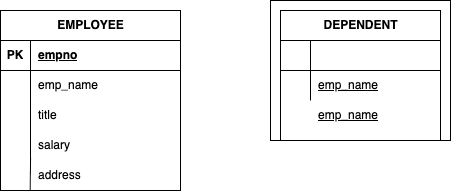
This is database_0.drawio.png from jimni0/2025_database_ERD, a draw.io export, as it was before one commit. Source tidied: cells renumbered, new cells last; positions are measured from the earlier drawing's top-left corner, leaving out a move shared by most shapes.
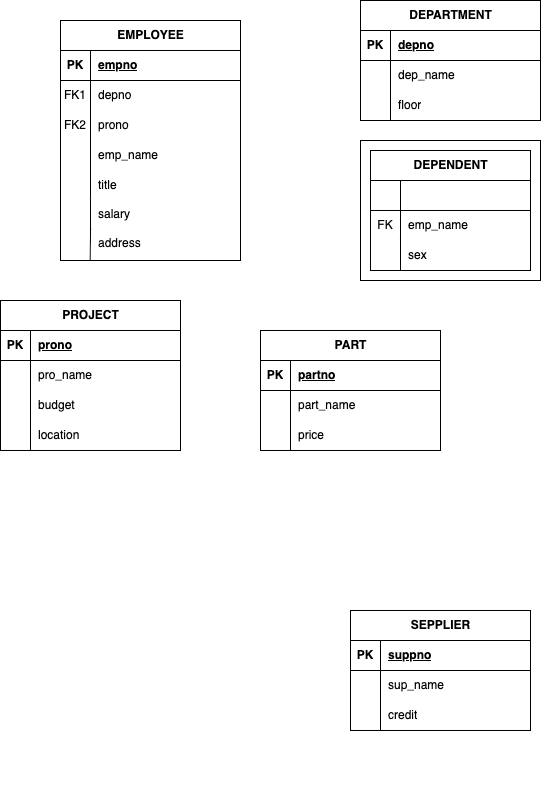
After the change.

What changed in the source:
```diff
@@ -2,11 +2,8 @@
   <root>
     <mxCell id="0" />
     <mxCell id="1" parent="0" />
-    <mxCell id="2" style="whiteSpace=wrap;html=1;align=center;" parent="1" vertex="1">
-      <mxGeometry x="270" width="180" height="140" as="geometry" />
-    </mxCell>
     <mxCell id="3" value="EMPLOYEE" style="shape=table;startSize=30;rowLines=0;fontStyle=1;align=center;html=1;" parent="1" vertex="1">
-      <mxGeometry y="10" width="180" height="180" as="geometry" />
+      <mxGeometry y="10" width="180" height="240" as="geometry" />
     </mxCell>
     <mxCell id="4" style="shape=tableRow;horizontal=0;startSize=0;swimlaneHead=0;swimlaneBody=0;fillColor=none;top=0;left=0;right=0;bottom=1;" parent="3" vertex="1">
       <mxGeometry y="30" width="180" height="30" as="geometry" />
@@ -20,19 +17,19 @@
     <mxCell id="7" style="shape=tableRow;horizontal=0;startSize=0;swimlaneHead=0;swimlaneBody=0;fillColor=none;top=0;left=0;right=0;bottom=0;" parent="3" vertex="1">
       <mxGeometry y="60" width="180" height="30" as="geometry" />
     </mxCell>
-    <mxCell id="8" style="shape=partialRectangle;fillColor=none;top=0;left=0;bottom=0;right=0;overflow=hidden;whiteSpace=wrap;html=1;" parent="7" vertex="1">
+    <mxCell id="8" value="FK1" style="shape=partialRectangle;fillColor=none;top=0;left=0;bottom=0;right=0;overflow=hidden;whiteSpace=wrap;html=1;" parent="7" vertex="1">
       <mxGeometry width="30" height="30" as="geometry" />
     </mxCell>
-    <mxCell id="9" value="emp_name" style="shape=partialRectangle;fillColor=none;top=0;left=0;bottom=0;right=0;align=left;spacingLeft=6;overflow=hidden;whiteSpace=wrap;html=1;" parent="7" vertex="1">
+    <mxCell id="9" value="depno" style="shape=partialRectangle;fillColor=none;top=0;left=0;bottom=0;right=0;align=left;spacingLeft=6;overflow=hidden;whiteSpace=wrap;html=1;" parent="7" vertex="1">
       <mxGeometry x="30" width="150" height="30" as="geometry" />
     </mxCell>
     <mxCell id="10" style="shape=tableRow;horizontal=0;startSize=0;swimlaneHead=0;swimlaneBody=0;fillColor=none;top=0;left=0;right=0;bottom=0;" parent="3" vertex="1">
       <mxGeometry y="90" width="180" height="30" as="geometry" />
     </mxCell>
-    <mxCell id="11" style="shape=partialRectangle;fillColor=none;top=0;left=0;bottom=0;right=0;overflow=hidden;whiteSpace=wrap;html=1;" parent="10" vertex="1">
+    <mxCell id="11" value="FK2" style="shape=partialRectangle;fillColor=none;top=0;left=0;bottom=0;right=0;overflow=hidden;whiteSpace=wrap;html=1;" parent="10" vertex="1">
       <mxGeometry width="30" height="30" as="geometry" />
     </mxCell>
-    <mxCell id="12" value="title" style="shape=partialRectangle;fillColor=none;top=0;left=0;bottom=0;right=0;align=left;spacingLeft=6;overflow=hidden;whiteSpace=wrap;html=1;" parent="10" vertex="1">
+    <mxCell id="12" value="prono" style="shape=partialRectangle;fillColor=none;top=0;left=0;bottom=0;right=0;align=left;spacingLeft=6;overflow=hidden;whiteSpace=wrap;html=1;" parent="10" vertex="1">
       <mxGeometry x="30" width="150" height="30" as="geometry" />
     </mxCell>
     <mxCell id="13" style="shape=tableRow;horizontal=0;startSize=0;swimlaneHead=0;swimlaneBody=0;fillColor=none;top=0;left=0;right=0;bottom=0;" parent="3" vertex="1">
@@ -41,23 +38,26 @@
     <mxCell id="14" style="shape=partialRectangle;fillColor=none;top=0;left=0;bottom=0;right=0;overflow=hidden;whiteSpace=wrap;html=1;" parent="13" vertex="1">
       <mxGeometry width="30" height="30" as="geometry" />
     </mxCell>
-    <mxCell id="15" value="salary" style="shape=partialRectangle;fillColor=none;top=0;left=0;bottom=0;right=0;align=left;spacingLeft=6;overflow=hidden;whiteSpace=wrap;html=1;" parent="13" vertex="1">
+    <mxCell id="15" value="emp_name" style="shape=partialRectangle;fillColor=none;top=0;left=0;bottom=0;right=0;align=left;spacingLeft=6;overflow=hidden;whiteSpace=wrap;html=1;" parent="13" vertex="1">
       <mxGeometry x="30" width="150" height="30" as="geometry" />
     </mxCell>
     <mxCell id="16" style="shape=tableRow;horizontal=0;startSize=0;swimlaneHead=0;swimlaneBody=0;fillColor=none;points=[[0,0.5],[1,0.5]];portConstraint=eastwest;top=0;left=0;right=0;bottom=0;" parent="1" vertex="1">
-      <mxGeometry y="160" width="180" height="30" as="geometry" />
+      <mxGeometry y="220" width="180" height="30" as="geometry" />
     </mxCell>
     <mxCell id="17" style="shape=partialRectangle;fillColor=none;top=0;left=0;bottom=0;right=0;overflow=hidden;whiteSpace=wrap;html=1;" parent="16" vertex="1">
       <mxGeometry width="30" height="30" as="geometry" />
     </mxCell>
-    <mxCell id="18" value="address" style="shape=partialRectangle;fillColor=none;top=0;left=0;bottom=0;right=0;align=left;spacingLeft=6;overflow=hidden;whiteSpace=wrap;html=1;" parent="16" vertex="1">
-      <mxGeometry x="30" width="150" height="30" as="geometry" />
-    </mxCell>
     <mxCell id="19" style="endArrow=none;html=1;rounded=0;entryX=0.165;entryY=0.991;entryDx=0;entryDy=0;entryPerimeter=0;exitX=0.167;exitY=-0.067;exitDx=0;exitDy=0;exitPerimeter=0;" parent="1" edge="1" source="16" target="16">
       <mxGeometry relative="1" as="geometry" />
     </mxCell>
+    <mxCell id="30" style="group;" parent="1" vertex="1">
+      <mxGeometry x="300" y="130" width="180" height="140" as="geometry" />
+    </mxCell>
+    <mxCell id="2" style="whiteSpace=wrap;html=1;align=center;" parent="30" vertex="1">
+      <mxGeometry width="180" height="140" as="geometry" />
+    </mxCell>
-    <mxCell id="20" value="DEPENDENT" style="shape=table;startSize=30;rowLines=0;fontStyle=1;align=center;html=1;" parent="1" vertex="1">
-      <mxGeometry x="280" y="10" width="160" height="130" as="geometry" />
+    <mxCell id="20" value="DEPENDENT" style="shape=table;startSize=30;rowLines=0;fontStyle=1;align=center;html=1;" parent="30" vertex="1">
+      <mxGeometry x="10" y="10" width="160" height="120" as="geometry" />
     </mxCell>
     <mxCell id="21" style="shape=tableRow;horizontal=0;startSize=0;swimlaneHead=0;swimlaneBody=0;fillColor=none;top=0;left=0;right=0;bottom=1;" parent="20" vertex="1">
       <mxGeometry y="30" width="160" height="30" as="geometry" />
@@ -71,20 +71,197 @@
     <mxCell id="24" style="shape=tableRow;horizontal=0;startSize=0;swimlaneHead=0;swimlaneBody=0;fillColor=none;top=0;left=0;right=0;bottom=0;" parent="20" vertex="1">
       <mxGeometry y="60" width="160" height="30" as="geometry" />
     </mxCell>
-    <mxCell id="25" style="shape=partialRectangle;fillColor=none;top=0;left=0;bottom=0;right=0;overflow=hidden;whiteSpace=wrap;html=1;" parent="24" vertex="1">
+    <mxCell id="25" value="FK" style="shape=partialRectangle;fillColor=none;top=0;left=0;bottom=0;right=0;overflow=hidden;whiteSpace=wrap;html=1;" parent="24" vertex="1">
       <mxGeometry width="30" height="30" as="geometry" />
     </mxCell>
-    <mxCell id="26" value="&lt;span style=&quot;text-decoration-line: underline;&quot;&gt;emp_name&lt;/span&gt;" style="shape=partialRectangle;fillColor=none;top=0;left=0;bottom=0;right=0;align=left;spacingLeft=6;overflow=hidden;whiteSpace=wrap;html=1;" parent="24" vertex="1">
+    <mxCell id="26" value="emp_name" style="shape=partialRectangle;fillColor=none;top=0;left=0;bottom=0;right=0;align=left;spacingLeft=6;overflow=hidden;whiteSpace=wrap;html=1;" parent="24" vertex="1">
       <mxGeometry x="30" width="130" height="30" as="geometry" />
     </mxCell>
-    <mxCell id="27" style="shape=tableRow;horizontal=0;startSize=0;swimlaneHead=0;swimlaneBody=0;fillColor=none;top=0;left=0;right=0;bottom=0;" parent="1" vertex="1">
-      <mxGeometry x="280" y="100" width="160" height="30" as="geometry" />
+    <mxCell id="27" style="shape=tableRow;horizontal=0;startSize=0;swimlaneHead=0;swimlaneBody=0;fillColor=none;top=0;left=0;right=0;bottom=0;" parent="30" vertex="1">
+      <mxGeometry x="10" y="100" width="160" height="30" as="geometry" />
     </mxCell>
     <mxCell id="28" style="shape=partialRectangle;fillColor=none;top=0;left=0;bottom=0;right=0;overflow=hidden;whiteSpace=wrap;html=1;" parent="27" vertex="1">
       <mxGeometry width="30" height="30" as="geometry" />
     </mxCell>
-    <mxCell id="29" value="&lt;span style=&quot;text-decoration-line: underline;&quot;&gt;emp_name&lt;/span&gt;" style="shape=partialRectangle;fillColor=none;top=0;left=0;bottom=0;right=0;align=left;spacingLeft=6;overflow=hidden;whiteSpace=wrap;html=1;" parent="27" vertex="1">
+    <mxCell id="29" value="sex" style="shape=partialRectangle;fillColor=none;top=0;left=0;bottom=0;right=0;align=left;spacingLeft=6;overflow=hidden;whiteSpace=wrap;html=1;" parent="27" vertex="1">
       <mxGeometry x="30" width="130" height="30" as="geometry" />
     </mxCell>
+    <mxCell id="31" style="endArrow=none;html=1;rounded=0;entryX=0.165;entryY=0.991;entryDx=0;entryDy=0;entryPerimeter=0;exitX=0.167;exitY=-0.067;exitDx=0;exitDy=0;exitPerimeter=0;" parent="30" edge="1">
+      <mxGeometry relative="1" as="geometry">
+        <mxPoint x="40" y="98" as="sourcePoint" />
+        <mxPoint x="40" y="130" as="targetPoint" />
+      </mxGeometry>
+    </mxCell>
+    <mxCell id="32" style="group;" parent="1" vertex="1">
+      <mxGeometry x="290" y="600" width="180" height="180" as="geometry" />
+    </mxCell>
+    <mxCell id="33" value="SEPPLIER" style="shape=table;startSize=30;rowLines=0;fontStyle=1;align=center;html=1;" parent="32" vertex="1">
+      <mxGeometry width="180" height="120" as="geometry" />
+    </mxCell>
+    <mxCell id="34" style="shape=tableRow;horizontal=0;startSize=0;swimlaneHead=0;swimlaneBody=0;fillColor=none;top=0;left=0;right=0;bottom=1;" parent="33" vertex="1">
+      <mxGeometry y="30" width="180" height="30" as="geometry" />
+    </mxCell>
+    <mxCell id="35" value="PK" style="shape=partialRectangle;fillColor=none;top=0;left=0;bottom=0;right=0;fontStyle=1;overflow=hidden;whiteSpace=wrap;html=1;" parent="34" vertex="1">
+      <mxGeometry width="30" height="30" as="geometry" />
+    </mxCell>
+    <mxCell id="36" value="suppno" style="shape=partialRectangle;fillColor=none;top=0;left=0;bottom=0;right=0;align=left;spacingLeft=6;fontStyle=5;overflow=hidden;whiteSpace=wrap;html=1;" parent="34" vertex="1">
+      <mxGeometry x="30" width="150" height="30" as="geometry" />
+    </mxCell>
+    <mxCell id="37" style="shape=tableRow;horizontal=0;startSize=0;swimlaneHead=0;swimlaneBody=0;fillColor=none;top=0;left=0;right=0;bottom=0;" parent="33" vertex="1">
+      <mxGeometry y="60" width="180" height="30" as="geometry" />
+    </mxCell>
+    <mxCell id="38" style="shape=partialRectangle;fillColor=none;top=0;left=0;bottom=0;right=0;overflow=hidden;whiteSpace=wrap;html=1;" parent="37" vertex="1">
+      <mxGeometry width="30" height="30" as="geometry" />
+    </mxCell>
+    <mxCell id="39" value="sup_name" style="shape=partialRectangle;fillColor=none;top=0;left=0;bottom=0;right=0;align=left;spacingLeft=6;overflow=hidden;whiteSpace=wrap;html=1;" parent="37" vertex="1">
+      <mxGeometry x="30" width="150" height="30" as="geometry" />
+    </mxCell>
+    <mxCell id="40" style="shape=tableRow;horizontal=0;startSize=0;swimlaneHead=0;swimlaneBody=0;fillColor=none;top=0;left=0;right=0;bottom=0;" parent="33" vertex="1">
+      <mxGeometry y="90" width="180" height="30" as="geometry" />
+    </mxCell>
+    <mxCell id="41" style="shape=partialRectangle;fillColor=none;top=0;left=0;bottom=0;right=0;overflow=hidden;whiteSpace=wrap;html=1;" parent="40" vertex="1">
+      <mxGeometry width="30" height="30" as="geometry" />
+    </mxCell>
+    <mxCell id="42" value="credit" style="shape=partialRectangle;fillColor=none;top=0;left=0;bottom=0;right=0;align=left;spacingLeft=6;overflow=hidden;whiteSpace=wrap;html=1;" parent="40" vertex="1">
+      <mxGeometry x="30" width="150" height="30" as="geometry" />
+    </mxCell>
+    <mxCell id="43" value="DEPARTMENT" style="shape=table;startSize=30;rowLines=0;fontStyle=1;align=center;html=1;" parent="1" vertex="1">
+      <mxGeometry x="300" y="-10" width="180" height="120" as="geometry" />
+    </mxCell>
+    <mxCell id="44" style="shape=tableRow;horizontal=0;startSize=0;swimlaneHead=0;swimlaneBody=0;fillColor=none;top=0;left=0;right=0;bottom=1;" parent="43" vertex="1">
+      <mxGeometry y="30" width="180" height="30" as="geometry" />
+    </mxCell>
+    <mxCell id="45" value="PK" style="shape=partialRectangle;fillColor=none;top=0;left=0;bottom=0;right=0;fontStyle=1;overflow=hidden;whiteSpace=wrap;html=1;" parent="44" vertex="1">
+      <mxGeometry width="30" height="30" as="geometry" />
+    </mxCell>
+    <mxCell id="46" value="depno" style="shape=partialRectangle;fillColor=none;top=0;left=0;bottom=0;right=0;align=left;spacingLeft=6;fontStyle=5;overflow=hidden;whiteSpace=wrap;html=1;" parent="44" vertex="1">
+      <mxGeometry x="30" width="150" height="30" as="geometry" />
+    </mxCell>
+    <mxCell id="47" style="shape=tableRow;horizontal=0;startSize=0;swimlaneHead=0;swimlaneBody=0;fillColor=none;top=0;left=0;right=0;bottom=0;" parent="43" vertex="1">
+      <mxGeometry y="60" width="180" height="30" as="geometry" />
+    </mxCell>
+    <mxCell id="48" style="shape=partialRectangle;fillColor=none;top=0;left=0;bottom=0;right=0;overflow=hidden;whiteSpace=wrap;html=1;" parent="47" vertex="1">
+      <mxGeometry width="30" height="30" as="geometry" />
+    </mxCell>
+    <mxCell id="49" value="dep_name" style="shape=partialRectangle;fillColor=none;top=0;left=0;bottom=0;right=0;align=left;spacingLeft=6;overflow=hidden;whiteSpace=wrap;html=1;" parent="47" vertex="1">
+      <mxGeometry x="30" width="150" height="30" as="geometry" />
+    </mxCell>
+    <mxCell id="50" style="shape=tableRow;horizontal=0;startSize=0;swimlaneHead=0;swimlaneBody=0;fillColor=none;top=0;left=0;right=0;bottom=0;" parent="43" vertex="1">
+      <mxGeometry y="90" width="180" height="30" as="geometry" />
+    </mxCell>
+    <mxCell id="51" style="shape=partialRectangle;fillColor=none;top=0;left=0;bottom=0;right=0;overflow=hidden;whiteSpace=wrap;html=1;" parent="50" vertex="1">
+      <mxGeometry width="30" height="30" as="geometry" />
+    </mxCell>
+    <mxCell id="52" value="floor" style="shape=partialRectangle;fillColor=none;top=0;left=0;bottom=0;right=0;align=left;spacingLeft=6;overflow=hidden;whiteSpace=wrap;html=1;" parent="50" vertex="1">
+      <mxGeometry x="30" width="150" height="30" as="geometry" />
+    </mxCell>
+    <mxCell id="53" style="shape=tableRow;horizontal=0;startSize=0;swimlaneHead=0;swimlaneBody=0;fillColor=none;top=0;left=0;right=0;bottom=0;" parent="1" vertex="1">
+      <mxGeometry y="222" width="180" height="30" as="geometry" />
+    </mxCell>
+    <mxCell id="54" style="shape=partialRectangle;fillColor=none;top=0;left=0;bottom=0;right=0;overflow=hidden;whiteSpace=wrap;html=1;" parent="53" vertex="1">
+      <mxGeometry width="30" height="30" as="geometry" />
+    </mxCell>
+    <mxCell id="55" style="endArrow=none;html=1;rounded=0;entryX=0.165;entryY=0.991;entryDx=0;entryDy=0;entryPerimeter=0;exitX=0.167;exitY=-0.067;exitDx=0;exitDy=0;exitPerimeter=0;" parent="1" edge="1">
+      <mxGeometry relative="1" as="geometry">
+        <mxPoint x="30" y="188" as="sourcePoint" />
+        <mxPoint x="30" y="220" as="targetPoint" />
+      </mxGeometry>
+    </mxCell>
+    <mxCell id="18" value="address" style="shape=partialRectangle;fillColor=none;top=0;left=0;bottom=0;right=0;align=left;spacingLeft=6;overflow=hidden;whiteSpace=wrap;html=1;" parent="1" vertex="1">
+      <mxGeometry x="30" y="218" width="150" height="30" as="geometry" />
+    </mxCell>
+    <mxCell id="56" style="shape=tableRow;horizontal=0;startSize=0;swimlaneHead=0;swimlaneBody=0;fillColor=none;top=0;left=0;right=0;bottom=0;" parent="1" vertex="1">
+      <mxGeometry y="188" width="180" height="30" as="geometry" />
+    </mxCell>
+    <mxCell id="57" style="shape=partialRectangle;fillColor=none;top=0;left=0;bottom=0;right=0;overflow=hidden;whiteSpace=wrap;html=1;" parent="56" vertex="1">
+      <mxGeometry width="30" height="30" as="geometry" />
+    </mxCell>
+    <mxCell id="58" value="salary" style="shape=partialRectangle;fillColor=none;top=0;left=0;bottom=0;right=0;align=left;spacingLeft=6;overflow=hidden;whiteSpace=wrap;html=1;" parent="1" vertex="1">
+      <mxGeometry x="30" y="189" width="150" height="30" as="geometry" />
+    </mxCell>
+    <mxCell id="59" style="shape=tableRow;horizontal=0;startSize=0;swimlaneHead=0;swimlaneBody=0;fillColor=none;top=0;left=0;right=0;bottom=0;" parent="1" vertex="1">
+      <mxGeometry y="160" width="180" height="30" as="geometry" />
+    </mxCell>
+    <mxCell id="60" style="shape=partialRectangle;fillColor=none;top=0;left=0;bottom=0;right=0;overflow=hidden;whiteSpace=wrap;html=1;" parent="59" vertex="1">
+      <mxGeometry width="30" height="30" as="geometry" />
+    </mxCell>
+    <mxCell id="61" value="title" style="shape=partialRectangle;fillColor=none;top=0;left=0;bottom=0;right=0;align=left;spacingLeft=6;overflow=hidden;whiteSpace=wrap;html=1;" parent="59" vertex="1">
+      <mxGeometry x="30" width="150" height="30" as="geometry" />
+    </mxCell>
+    <mxCell id="62" style="endArrow=none;html=1;rounded=0;entryX=0.165;entryY=0.991;entryDx=0;entryDy=0;entryPerimeter=0;exitX=0.167;exitY=-0.067;exitDx=0;exitDy=0;exitPerimeter=0;" parent="1" edge="1">
+      <mxGeometry relative="1" as="geometry">
+        <mxPoint x="30" y="156" as="sourcePoint" />
+        <mxPoint x="30" y="188" as="targetPoint" />
+      </mxGeometry>
+    </mxCell>
+    <mxCell id="63" value="PROJECT" style="shape=table;startSize=30;rowLines=0;fontStyle=1;align=center;html=1;" parent="1" vertex="1">
+      <mxGeometry x="-60" y="290" width="180" height="150" as="geometry" />
+    </mxCell>
+    <mxCell id="64" style="shape=tableRow;horizontal=0;startSize=0;swimlaneHead=0;swimlaneBody=0;fillColor=none;top=0;left=0;right=0;bottom=1;" parent="63" vertex="1">
+      <mxGeometry y="30" width="180" height="30" as="geometry" />
+    </mxCell>
+    <mxCell id="65" value="PK" style="shape=partialRectangle;fillColor=none;top=0;left=0;bottom=0;right=0;fontStyle=1;overflow=hidden;whiteSpace=wrap;html=1;" parent="64" vertex="1">
+      <mxGeometry width="30" height="30" as="geometry" />
+    </mxCell>
+    <mxCell id="66" value="prono" style="shape=partialRectangle;fillColor=none;top=0;left=0;bottom=0;right=0;align=left;spacingLeft=6;fontStyle=5;overflow=hidden;whiteSpace=wrap;html=1;" parent="64" vertex="1">
+      <mxGeometry x="30" width="150" height="30" as="geometry" />
+    </mxCell>
+    <mxCell id="67" style="shape=tableRow;horizontal=0;startSize=0;swimlaneHead=0;swimlaneBody=0;fillColor=none;top=0;left=0;right=0;bottom=0;" parent="63" vertex="1">
+      <mxGeometry y="60" width="180" height="30" as="geometry" />
+    </mxCell>
+    <mxCell id="68" style="shape=partialRectangle;fillColor=none;top=0;left=0;bottom=0;right=0;overflow=hidden;whiteSpace=wrap;html=1;" parent="67" vertex="1">
+      <mxGeometry width="30" height="30" as="geometry" />
+    </mxCell>
+    <mxCell id="69" value="pro_name" style="shape=partialRectangle;fillColor=none;top=0;left=0;bottom=0;right=0;align=left;spacingLeft=6;overflow=hidden;whiteSpace=wrap;html=1;" parent="67" vertex="1">
+      <mxGeometry x="30" width="150" height="30" as="geometry" />
+    </mxCell>
+    <mxCell id="70" style="shape=tableRow;horizontal=0;startSize=0;swimlaneHead=0;swimlaneBody=0;fillColor=none;top=0;left=0;right=0;bottom=0;" parent="63" vertex="1">
+      <mxGeometry y="90" width="180" height="30" as="geometry" />
+    </mxCell>
+    <mxCell id="71" style="shape=partialRectangle;fillColor=none;top=0;left=0;bottom=0;right=0;overflow=hidden;whiteSpace=wrap;html=1;" parent="70" vertex="1">
+      <mxGeometry width="30" height="30" as="geometry" />
+    </mxCell>
+    <mxCell id="72" value="budget" style="shape=partialRectangle;fillColor=none;top=0;left=0;bottom=0;right=0;align=left;spacingLeft=6;overflow=hidden;whiteSpace=wrap;html=1;" parent="70" vertex="1">
+      <mxGeometry x="30" width="150" height="30" as="geometry" />
+    </mxCell>
+    <mxCell id="73" style="shape=tableRow;horizontal=0;startSize=0;swimlaneHead=0;swimlaneBody=0;fillColor=none;top=0;left=0;right=0;bottom=0;" parent="63" vertex="1">
+      <mxGeometry y="120" width="180" height="30" as="geometry" />
+    </mxCell>
+    <mxCell id="74" style="shape=partialRectangle;fillColor=none;top=0;left=0;bottom=0;right=0;overflow=hidden;whiteSpace=wrap;html=1;" parent="73" vertex="1">
+      <mxGeometry width="30" height="30" as="geometry" />
+    </mxCell>
+    <mxCell id="75" value="location" style="shape=partialRectangle;fillColor=none;top=0;left=0;bottom=0;right=0;align=left;spacingLeft=6;overflow=hidden;whiteSpace=wrap;html=1;" parent="73" vertex="1">
+      <mxGeometry x="30" width="150" height="30" as="geometry" />
+    </mxCell>
+    <mxCell id="76" value="PART" style="shape=table;startSize=30;rowLines=0;fontStyle=1;align=center;html=1;" parent="1" vertex="1">
+      <mxGeometry x="200" y="320" width="180" height="120" as="geometry" />
+    </mxCell>
+    <mxCell id="77" style="shape=tableRow;horizontal=0;startSize=0;swimlaneHead=0;swimlaneBody=0;fillColor=none;top=0;left=0;right=0;bottom=1;" parent="76" vertex="1">
+      <mxGeometry y="30" width="180" height="30" as="geometry" />
+    </mxCell>
+    <mxCell id="78" value="PK" style="shape=partialRectangle;fillColor=none;top=0;left=0;bottom=0;right=0;fontStyle=1;overflow=hidden;whiteSpace=wrap;html=1;" parent="77" vertex="1">
+      <mxGeometry width="30" height="30" as="geometry" />
+    </mxCell>
+    <mxCell id="79" value="partno" style="shape=partialRectangle;fillColor=none;top=0;left=0;bottom=0;right=0;align=left;spacingLeft=6;fontStyle=5;overflow=hidden;whiteSpace=wrap;html=1;" parent="77" vertex="1">
+      <mxGeometry x="30" width="150" height="30" as="geometry" />
+    </mxCell>
+    <mxCell id="80" style="shape=tableRow;horizontal=0;startSize=0;swimlaneHead=0;swimlaneBody=0;fillColor=none;top=0;left=0;right=0;bottom=0;" parent="76" vertex="1">
+      <mxGeometry y="60" width="180" height="30" as="geometry" />
+    </mxCell>
+    <mxCell id="81" style="shape=partialRectangle;fillColor=none;top=0;left=0;bottom=0;right=0;overflow=hidden;whiteSpace=wrap;html=1;" parent="80" vertex="1">
+      <mxGeometry width="30" height="30" as="geometry" />
+    </mxCell>
+    <mxCell id="82" value="part_name" style="shape=partialRectangle;fillColor=none;top=0;left=0;bottom=0;right=0;align=left;spacingLeft=6;overflow=hidden;whiteSpace=wrap;html=1;" parent="80" vertex="1">
+      <mxGeometry x="30" width="150" height="30" as="geometry" />
+    </mxCell>
+    <mxCell id="83" style="shape=tableRow;horizontal=0;startSize=0;swimlaneHead=0;swimlaneBody=0;fillColor=none;top=0;left=0;right=0;bottom=0;" parent="76" vertex="1">
+      <mxGeometry y="90" width="180" height="30" as="geometry" />
+    </mxCell>
+    <mxCell id="84" style="shape=partialRectangle;fillColor=none;top=0;left=0;bottom=0;right=0;overflow=hidden;whiteSpace=wrap;html=1;" parent="83" vertex="1">
+      <mxGeometry width="30" height="30" as="geometry" />
+    </mxCell>
+    <mxCell id="85" value="price" style="shape=partialRectangle;fillColor=none;top=0;left=0;bottom=0;right=0;align=left;spacingLeft=6;overflow=hidden;whiteSpace=wrap;html=1;" parent="83" vertex="1">
+      <mxGeometry x="30" width="150" height="30" as="geometry" />
+    </mxCell>
   </root>
 </mxGraphModel>
```
